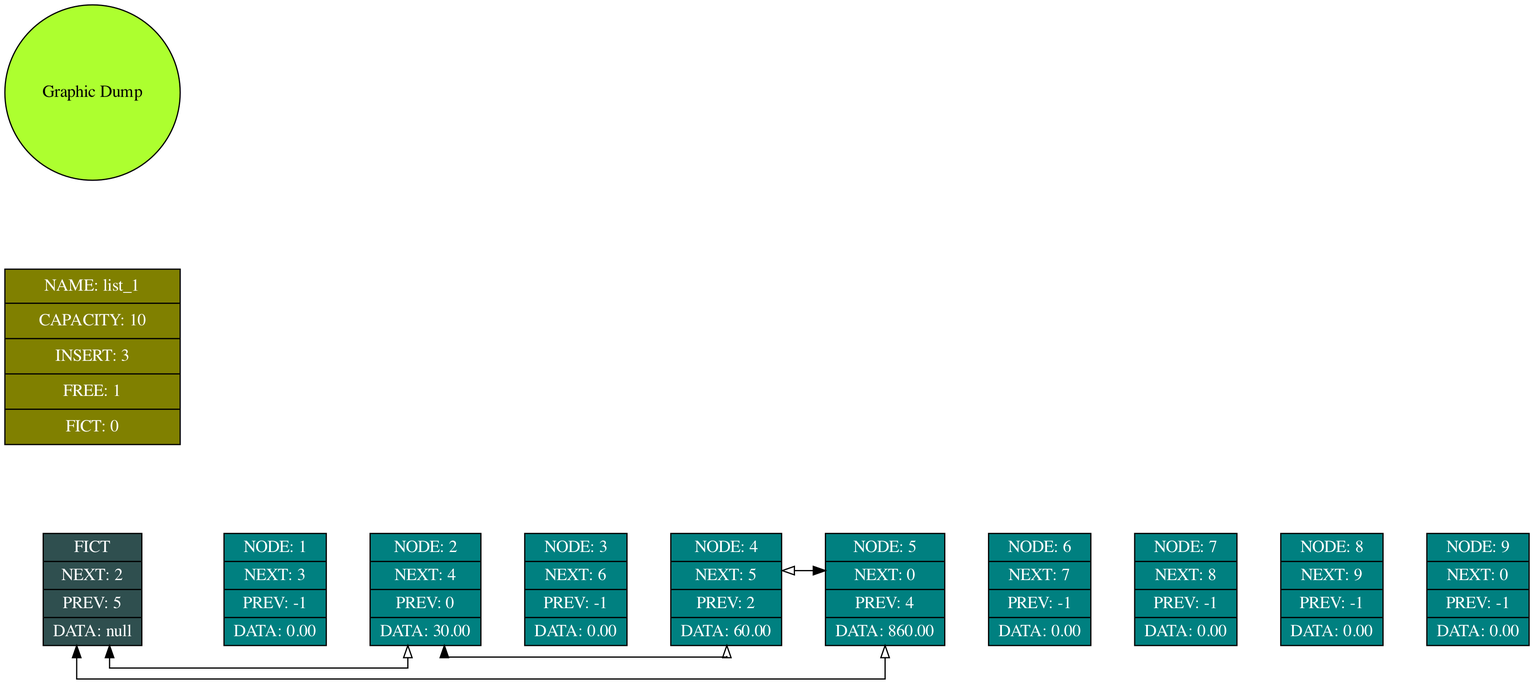
This is sources/list_1_dump.png from BileyHarryCopter/List, a Graphviz export, as it was before one commit. Its source is kept beside it as sources/list_1_dump.dot. The source it was exported from:
```dot
digraph LIST
{
	graph [dpi = 200, splines = ortho, nodesep = 1];
	rankdir = LR;

	subgraph LISTS
	{
		node [shape = record, style = "filled", fillcolor = "teal", fontcolor = "white"];
		edge [maxlen = 2, penwidth = 1, arrowhead = "empty", weight = 0, dir = "both"];
			l_elem_0 [label = "<name> FICT | <next> NEXT: 2 | <prev> PREV: 5 | <data> DATA: null", fillcolor = "darkslategray"];
			l_elem_1 [label = "<name> NODE: 1 | <next> NEXT: 3 | <prev> PREV: -1 | <data> DATA: 0.00"];
			l_elem_2 [label = "<name> NODE: 2 | <next> NEXT: 4 | <prev> PREV: 0 | <data> DATA: 30.00"];
			l_elem_3 [label = "<name> NODE: 3 | <next> NEXT: 6 | <prev> PREV: -1 | <data> DATA: 0.00"];
			l_elem_4 [label = "<name> NODE: 4 | <next> NEXT: 5 | <prev> PREV: 2 | <data> DATA: 60.00"];
			l_elem_5 [label = "<name> NODE: 5 | <next> NEXT: 0 | <prev> PREV: 4 | <data> DATA: 860.00"];
			l_elem_6 [label = "<name> NODE: 6 | <next> NEXT: 7 | <prev> PREV: -1 | <data> DATA: 0.00"];
			l_elem_7 [label = "<name> NODE: 7 | <next> NEXT: 8 | <prev> PREV: -1 | <data> DATA: 0.00"];
			l_elem_8 [label = "<name> NODE: 8 | <next> NEXT: 9 | <prev> PREV: -1 | <data> DATA: 0.00"];
			l_elem_9 [label = "<name> NODE: 9 | <next> NEXT: 0 | <prev> PREV: -1 | <data> DATA: 0.00"];
		l_elem_0->l_elem_1->l_elem_2->l_elem_3->l_elem_4->l_elem_5->l_elem_6->l_elem_7->l_elem_8->l_elem_9 [weight = 5, style = "invisible", arrowhead = "none", dir = "forward"];

		l_elem_0:se -> l_elem_2:sw;
		l_elem_0:se -> l_elem_5:sw;
		l_elem_2:se -> l_elem_4:sw;
		l_elem_4:se -> l_elem_5:sw;
		}

	subgraph MAIN
	{
		node	[shape = record, width = 2, height = 2, style = "filled", fillcolor = "olive", fontcolor = "white"];
		edge	[maxlen = 1 , penwidth = 1, arrowhead = "empty"];
		main	[label = "{NAME:  list_1} | {CAPACITY:  10} | {INSERT:  3} | {FREE:  1} | {FICT:  0}"];
	}

	subgraph MAIN
	{
		node 	[shape = ellipse, style = "filled", fillcolor = "greenyellow", fontcolor = "black"];
		title 	[label = "Graphic Dump"];
	}

}
```
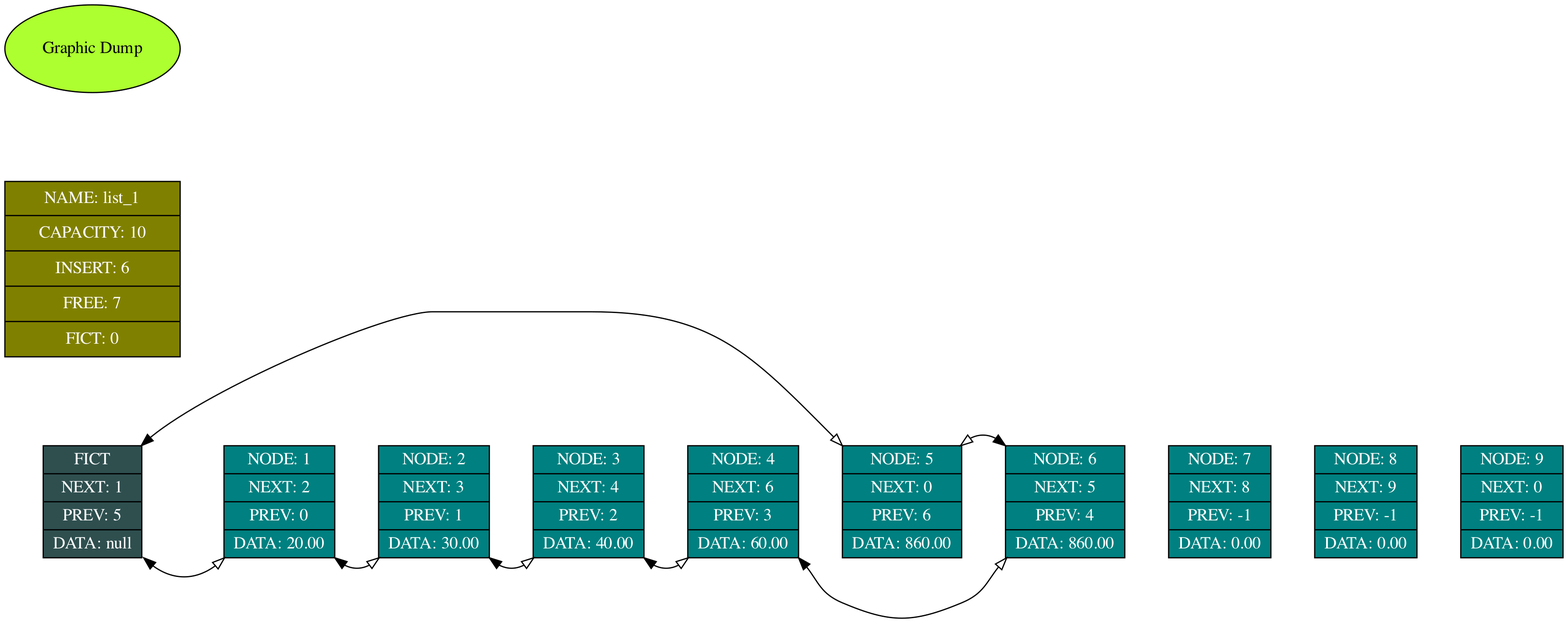
The same diagram one commit later.

Commit message:
dump without fucking ortho splines

Diff of the diagram source:
```diff
@@ -1,40 +1,43 @@
 digraph LIST
 {
-	graph [dpi = 200, splines = ortho, nodesep = 1];
+	graph [dpi = 200, nodesep = 1];
 	rankdir = LR;
 
 	subgraph LISTS
 	{
 		node [shape = record, style = "filled", fillcolor = "teal", fontcolor = "white"];
 		edge [maxlen = 2, penwidth = 1, arrowhead = "empty", weight = 0, dir = "both"];
-			l_elem_0 [label = "<name> FICT | <next> NEXT: 2 | <prev> PREV: 5 | <data> DATA: null", fillcolor = "darkslategray"];
-			l_elem_1 [label = "<name> NODE: 1 | <next> NEXT: 3 | <prev> PREV: -1 | <data> DATA: 0.00"];
-			l_elem_2 [label = "<name> NODE: 2 | <next> NEXT: 4 | <prev> PREV: 0 | <data> DATA: 30.00"];
-			l_elem_3 [label = "<name> NODE: 3 | <next> NEXT: 6 | <prev> PREV: -1 | <data> DATA: 0.00"];
-			l_elem_4 [label = "<name> NODE: 4 | <next> NEXT: 5 | <prev> PREV: 2 | <data> DATA: 60.00"];
-			l_elem_5 [label = "<name> NODE: 5 | <next> NEXT: 0 | <prev> PREV: 4 | <data> DATA: 860.00"];
-			l_elem_6 [label = "<name> NODE: 6 | <next> NEXT: 7 | <prev> PREV: -1 | <data> DATA: 0.00"];
+			l_elem_0 [label = "<name> FICT | <next> NEXT: 1 | <prev> PREV: 5 | <data> DATA: null", fillcolor = "darkslategray"];
+			l_elem_1 [label = "<name> NODE: 1 | <next> NEXT: 2 | <prev> PREV: 0 | <data> DATA: 20.00"];
+			l_elem_2 [label = "<name> NODE: 2 | <next> NEXT: 3 | <prev> PREV: 1 | <data> DATA: 30.00"];
+			l_elem_3 [label = "<name> NODE: 3 | <next> NEXT: 4 | <prev> PREV: 2 | <data> DATA: 40.00"];
+			l_elem_4 [label = "<name> NODE: 4 | <next> NEXT: 6 | <prev> PREV: 3 | <data> DATA: 60.00"];
+			l_elem_5 [label = "<name> NODE: 5 | <next> NEXT: 0 | <prev> PREV: 6 | <data> DATA: 860.00"];
+			l_elem_6 [label = "<name> NODE: 6 | <next> NEXT: 5 | <prev> PREV: 4 | <data> DATA: 860.00"];
 			l_elem_7 [label = "<name> NODE: 7 | <next> NEXT: 8 | <prev> PREV: -1 | <data> DATA: 0.00"];
 			l_elem_8 [label = "<name> NODE: 8 | <next> NEXT: 9 | <prev> PREV: -1 | <data> DATA: 0.00"];
 			l_elem_9 [label = "<name> NODE: 9 | <next> NEXT: 0 | <prev> PREV: -1 | <data> DATA: 0.00"];
 		l_elem_0->l_elem_1->l_elem_2->l_elem_3->l_elem_4->l_elem_5->l_elem_6->l_elem_7->l_elem_8->l_elem_9 [weight = 5, style = "invisible", arrowhead = "none", dir = "forward"];
 
-		l_elem_0:se -> l_elem_2:sw;
-		l_elem_0:se -> l_elem_5:sw;
-		l_elem_2:se -> l_elem_4:sw;
-		l_elem_4:se -> l_elem_5:sw;
+		l_elem_0:se -> l_elem_1:sw;
+		l_elem_0:ne -> l_elem_5:nw;
+		l_elem_1:se -> l_elem_2:sw;
+		l_elem_2:se -> l_elem_3:sw;
+		l_elem_3:se -> l_elem_4:sw;
+		l_elem_4:se -> l_elem_6:sw;
+		l_elem_6:nw -> l_elem_5:ne;
 		}
 
 	subgraph MAIN
 	{
 		node	[shape = record, width = 2, height = 2, style = "filled", fillcolor = "olive", fontcolor = "white"];
 		edge	[maxlen = 1 , penwidth = 1, arrowhead = "empty"];
-		main	[label = "{NAME:  list_1} | {CAPACITY:  10} | {INSERT:  3} | {FREE:  1} | {FICT:  0}"];
+		main	[label = "{NAME:  list_1} | {CAPACITY:  10} | {INSERT:  6} | {FREE:  7} | {FICT:  0}"];
 	}
 
 	subgraph MAIN
 	{
-		node 	[shape = ellipse, style = "filled", fillcolor = "greenyellow", fontcolor = "black"];
+		node 	[shape = ellipse, height = 1, style = "filled", fillcolor = "greenyellow", fontcolor = "black"];
 		title 	[label = "Graphic Dump"];
 	}
 
```
